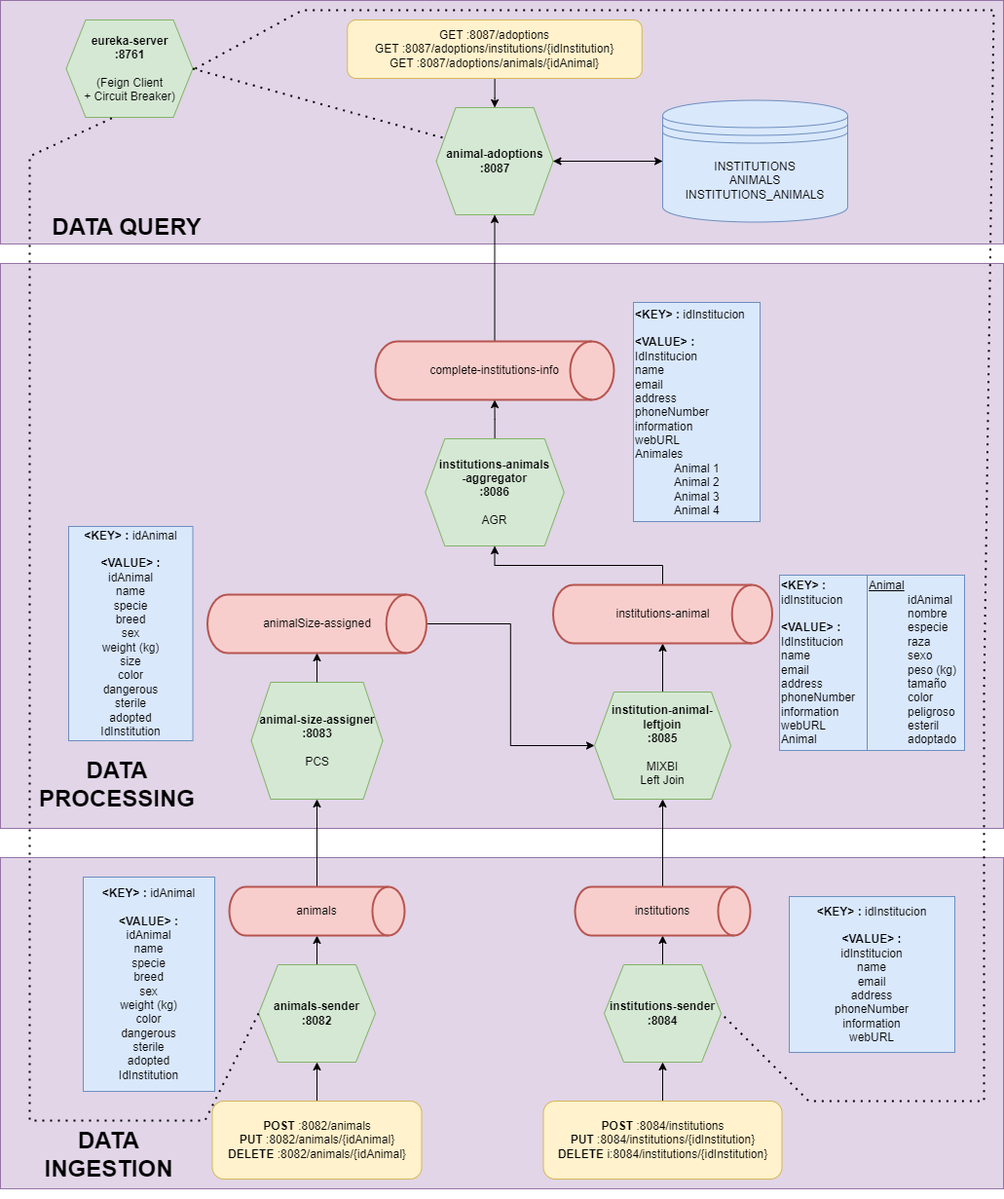
Above: images/software-arquitecture.png in Leticia-23/adoptions-kafka (draw.io), before the change. Source tidied: cells renumbered, new cells last; positions are measured from the earlier drawing's top-left corner, leaving out a move shared by most shapes.
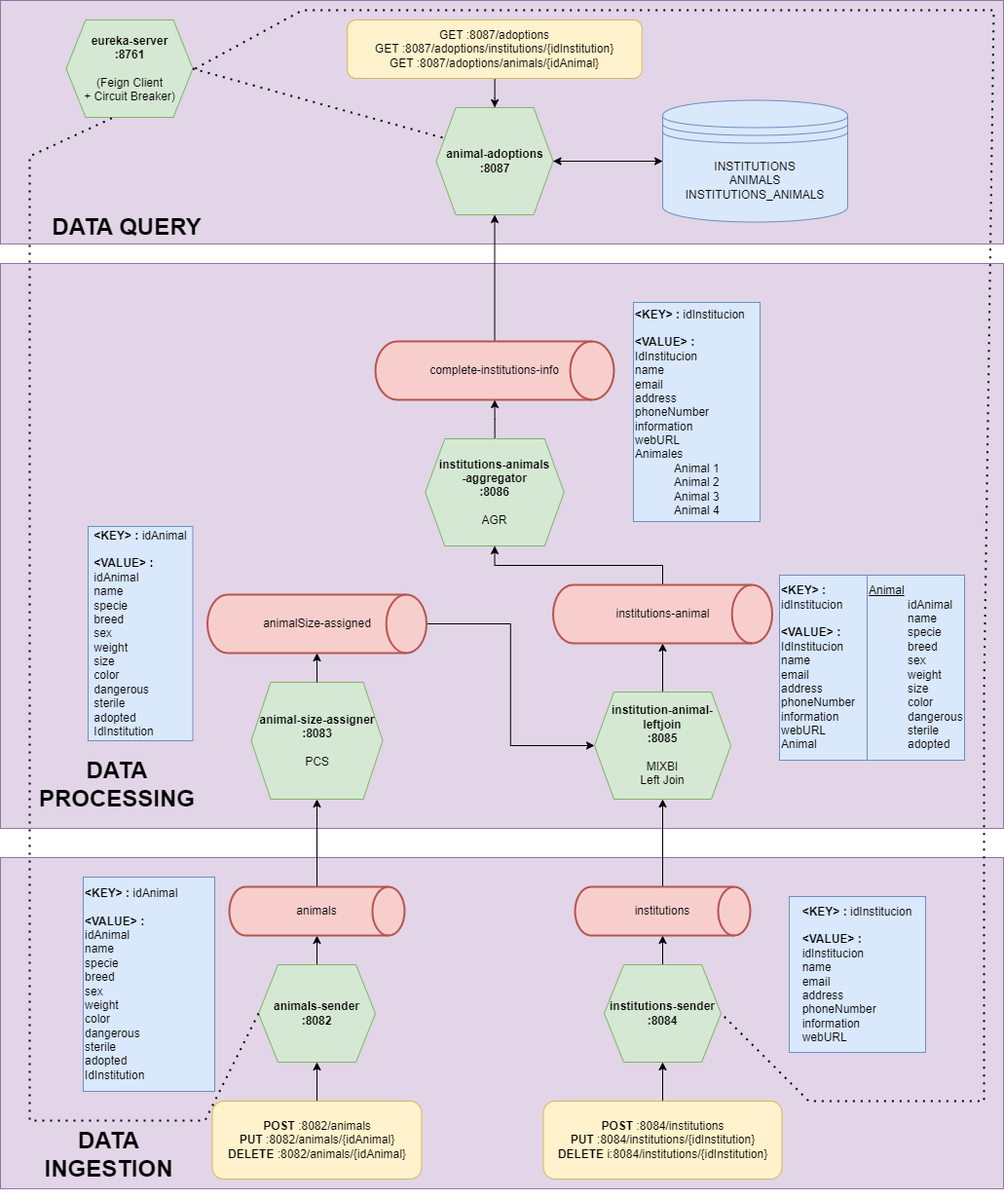
Above is the later version.

Commit message:
fix diagram and usage guide

The edit, as a diff of the source:
```diff
@@ -62,17 +62,17 @@
     <mxCell id="21" value="&lt;b&gt;animal-adoptions&lt;br&gt;:8087&lt;/b&gt;" style="shape=hexagon;perimeter=hexagonPerimeter2;whiteSpace=wrap;html=1;fixedSize=1;rotation=0;fillColor=#d5e8d4;strokeColor=#82b366;" parent="1" vertex="1">
       <mxGeometry x="447.5" y="110" width="120" height="110" as="geometry" />
     </mxCell>
-    <mxCell id="22" value="&lt;b&gt;&amp;lt;KEY&amp;gt; :&lt;/b&gt; idAnimal&lt;br&gt;&lt;br&gt;&lt;b&gt;&amp;lt;VALUE&amp;gt; :&lt;/b&gt;&lt;br&gt;idAnimal&lt;br style=&quot;border-color: var(--border-color);&quot;&gt;name&lt;br style=&quot;border-color: var(--border-color);&quot;&gt;specie&lt;br style=&quot;border-color: var(--border-color);&quot;&gt;breed&lt;br style=&quot;border-color: var(--border-color);&quot;&gt;sex&lt;br style=&quot;border-color: var(--border-color);&quot;&gt;weight (kg)&lt;br style=&quot;border-color: var(--border-color);&quot;&gt;color&lt;br style=&quot;border-color: var(--border-color);&quot;&gt;dangerous&lt;br style=&quot;border-color: var(--border-color);&quot;&gt;sterile&lt;br style=&quot;border-color: var(--border-color);&quot;&gt;adopted&lt;br style=&quot;border-color: var(--border-color);&quot;&gt;IdInstitution" style="rounded=0;whiteSpace=wrap;html=1;rotation=0;fillColor=#dae8fc;strokeColor=#6c8ebf;" parent="1" vertex="1">
+    <mxCell id="22" value="&lt;b&gt;&amp;lt;KEY&amp;gt; :&lt;/b&gt; idAnimal&lt;br&gt;&lt;br&gt;&lt;b&gt;&amp;lt;VALUE&amp;gt; :&lt;/b&gt;&lt;br&gt;idAnimal&lt;br style=&quot;border-color: var(--border-color);&quot;&gt;name&lt;br style=&quot;border-color: var(--border-color);&quot;&gt;specie&lt;br style=&quot;border-color: var(--border-color);&quot;&gt;breed&lt;br style=&quot;border-color: var(--border-color);&quot;&gt;sex&lt;br style=&quot;border-color: var(--border-color);&quot;&gt;weight&lt;br style=&quot;border-color: var(--border-color);&quot;&gt;color&lt;br style=&quot;border-color: var(--border-color);&quot;&gt;dangerous&lt;br style=&quot;border-color: var(--border-color);&quot;&gt;sterile&lt;br style=&quot;border-color: var(--border-color);&quot;&gt;adopted&lt;br style=&quot;border-color: var(--border-color);&quot;&gt;IdInstitution" style="rounded=0;whiteSpace=wrap;html=1;rotation=0;fillColor=#dae8fc;strokeColor=#6c8ebf;align=left;" parent="1" vertex="1">
       <mxGeometry x="85" y="900" width="135" height="220" as="geometry" />
     </mxCell>
-    <mxCell id="23" value="&lt;b style=&quot;border-color: var(--border-color);&quot;&gt;&amp;lt;KEY&amp;gt; :&lt;/b&gt;&amp;nbsp;idInstitucion&lt;br style=&quot;border-color: var(--border-color);&quot;&gt;&lt;br style=&quot;border-color: var(--border-color);&quot;&gt;&lt;b style=&quot;border-color: var(--border-color);&quot;&gt;&amp;lt;VALUE&amp;gt; :&lt;/b&gt;&lt;br style=&quot;border-color: var(--border-color);&quot;&gt;idInstitucion&lt;br style=&quot;border-color: var(--border-color);&quot;&gt;&lt;span style=&quot;border-color: var(--border-color);&quot;&gt;name&lt;/span&gt;&lt;br style=&quot;border-color: var(--border-color);&quot;&gt;&lt;span style=&quot;border-color: var(--border-color);&quot;&gt;email&lt;/span&gt;&lt;br style=&quot;border-color: var(--border-color);&quot;&gt;&lt;span style=&quot;border-color: var(--border-color);&quot;&gt;address&lt;/span&gt;&lt;br style=&quot;border-color: var(--border-color);&quot;&gt;&lt;span style=&quot;border-color: var(--border-color);&quot;&gt;phoneNumber&lt;/span&gt;&lt;br style=&quot;border-color: var(--border-color);&quot;&gt;&lt;span style=&quot;border-color: var(--border-color);&quot;&gt;information&lt;/span&gt;&lt;br style=&quot;border-color: var(--border-color);&quot;&gt;&lt;span style=&quot;border-color: var(--border-color);&quot;&gt;webURL&lt;br style=&quot;border-color: var(--border-color);&quot;&gt;&lt;/span&gt;" style="rounded=0;whiteSpace=wrap;html=1;rotation=0;fillColor=#dae8fc;strokeColor=#6c8ebf;" parent="1" vertex="1">
-      <mxGeometry x="810" y="920" width="170" height="160" as="geometry" />
+    <mxCell id="23" value="&lt;div style=&quot;text-align: left;&quot;&gt;&lt;b style=&quot;background-color: initial; border-color: var(--border-color);&quot;&gt;&amp;lt;KEY&amp;gt; :&lt;/b&gt;&lt;span style=&quot;background-color: initial;&quot;&gt;&amp;nbsp;idInstitucion&lt;/span&gt;&lt;/div&gt;&lt;div style=&quot;text-align: left;&quot;&gt;&lt;br&gt;&lt;/div&gt;&lt;b style=&quot;border-color: var(--border-color);&quot;&gt;&lt;div style=&quot;text-align: left;&quot;&gt;&lt;b style=&quot;background-color: initial; border-color: var(--border-color);&quot;&gt;&amp;lt;VALUE&amp;gt; :&lt;/b&gt;&lt;/div&gt;&lt;/b&gt;&lt;div style=&quot;text-align: left;&quot;&gt;&lt;span style=&quot;background-color: initial;&quot;&gt;idInstitucion&lt;/span&gt;&lt;/div&gt;&lt;span style=&quot;border-color: var(--border-color);&quot;&gt;&lt;div style=&quot;text-align: left;&quot;&gt;&lt;span style=&quot;background-color: initial;&quot;&gt;name&lt;/span&gt;&lt;/div&gt;&lt;/span&gt;&lt;span style=&quot;border-color: var(--border-color);&quot;&gt;&lt;div style=&quot;text-align: left;&quot;&gt;&lt;span style=&quot;background-color: initial;&quot;&gt;email&lt;/span&gt;&lt;/div&gt;&lt;/span&gt;&lt;span style=&quot;border-color: var(--border-color);&quot;&gt;&lt;div style=&quot;text-align: left;&quot;&gt;&lt;span style=&quot;background-color: initial;&quot;&gt;address&lt;/span&gt;&lt;/div&gt;&lt;/span&gt;&lt;span style=&quot;border-color: var(--border-color);&quot;&gt;&lt;div style=&quot;text-align: left;&quot;&gt;&lt;span style=&quot;background-color: initial;&quot;&gt;phoneNumber&lt;/span&gt;&lt;/div&gt;&lt;/span&gt;&lt;span style=&quot;border-color: var(--border-color);&quot;&gt;&lt;div style=&quot;text-align: left;&quot;&gt;&lt;span style=&quot;background-color: initial;&quot;&gt;information&lt;/span&gt;&lt;/div&gt;&lt;/span&gt;&lt;span style=&quot;border-color: var(--border-color);&quot;&gt;&lt;div style=&quot;text-align: left;&quot;&gt;&lt;span style=&quot;background-color: initial;&quot;&gt;webURL&lt;/span&gt;&lt;/div&gt;&lt;/span&gt;" style="rounded=0;whiteSpace=wrap;html=1;rotation=0;fillColor=#dae8fc;strokeColor=#6c8ebf;" parent="1" vertex="1">
+      <mxGeometry x="810" y="920" width="140" height="160" as="geometry" />
     </mxCell>
     <mxCell id="24" value="&lt;b style=&quot;border-color: var(--border-color); text-align: center;&quot;&gt;&amp;lt;KEY&amp;gt; :&lt;/b&gt;&amp;nbsp;idInstitucion&lt;br style=&quot;border-color: var(--border-color); text-align: center;&quot;&gt;&lt;br style=&quot;border-color: var(--border-color); text-align: center;&quot;&gt;&lt;b style=&quot;border-color: var(--border-color); text-align: center;&quot;&gt;&amp;lt;VALUE&amp;gt; :&lt;/b&gt;&lt;br&gt;IdInstitucion&lt;br style=&quot;border-color: var(--border-color); text-align: center;&quot;&gt;name&lt;br style=&quot;border-color: var(--border-color); text-align: center;&quot;&gt;&lt;span style=&quot;border-color: var(--border-color); text-align: center;&quot;&gt;email&lt;/span&gt;&lt;br style=&quot;border-color: var(--border-color); text-align: center;&quot;&gt;&lt;span style=&quot;border-color: var(--border-color); text-align: center;&quot;&gt;address&lt;/span&gt;&lt;br style=&quot;border-color: var(--border-color); text-align: center;&quot;&gt;&lt;span style=&quot;border-color: var(--border-color); text-align: center;&quot;&gt;phoneNumber&lt;/span&gt;&lt;br style=&quot;border-color: var(--border-color); text-align: center;&quot;&gt;&lt;span style=&quot;border-color: var(--border-color); text-align: center;&quot;&gt;information&lt;/span&gt;&lt;br style=&quot;border-color: var(--border-color); text-align: center;&quot;&gt;&lt;span style=&quot;border-color: var(--border-color); text-align: center;&quot;&gt;webURL&lt;br style=&quot;border-color: var(--border-color);&quot;&gt;&lt;/span&gt;Animales&lt;br&gt;&lt;blockquote style=&quot;margin: 0 0 0 40px; border: none; padding: 0px;&quot;&gt;Animal 1&lt;/blockquote&gt;&lt;blockquote style=&quot;margin: 0 0 0 40px; border: none; padding: 0px;&quot;&gt;Animal 2&lt;/blockquote&gt;&lt;blockquote style=&quot;margin: 0 0 0 40px; border: none; padding: 0px;&quot;&gt;Animal 3&lt;/blockquote&gt;&lt;blockquote style=&quot;margin: 0 0 0 40px; border: none; padding: 0px;&quot;&gt;Animal 4&lt;/blockquote&gt;" style="rounded=0;whiteSpace=wrap;html=1;align=left;fillColor=#dae8fc;strokeColor=#6c8ebf;" parent="1" vertex="1">
       <mxGeometry x="650" y="310" width="130" height="225" as="geometry" />
     </mxCell>
-    <mxCell id="25" value="&lt;b style=&quot;border-color: var(--border-color);&quot;&gt;&amp;lt;KEY&amp;gt; :&lt;/b&gt;&amp;nbsp;idAnimal&lt;br style=&quot;border-color: var(--border-color);&quot;&gt;&lt;br style=&quot;border-color: var(--border-color);&quot;&gt;&lt;b style=&quot;border-color: var(--border-color);&quot;&gt;&amp;lt;VALUE&amp;gt; :&lt;/b&gt;&lt;br style=&quot;border-color: var(--border-color);&quot;&gt;idAnimal&lt;br style=&quot;border-color: var(--border-color);&quot;&gt;name&lt;br&gt;specie&lt;br style=&quot;border-color: var(--border-color);&quot;&gt;breed&lt;br style=&quot;border-color: var(--border-color);&quot;&gt;sex&lt;br style=&quot;border-color: var(--border-color);&quot;&gt;weight (kg)&lt;br&gt;size&lt;br style=&quot;border-color: var(--border-color);&quot;&gt;color&lt;br style=&quot;border-color: var(--border-color);&quot;&gt;dangerous&lt;br style=&quot;border-color: var(--border-color);&quot;&gt;sterile&lt;br style=&quot;border-color: var(--border-color);&quot;&gt;adopted&lt;br style=&quot;border-color: var(--border-color);&quot;&gt;IdInstitution" style="rounded=0;whiteSpace=wrap;html=1;rotation=0;fillColor=#dae8fc;strokeColor=#6c8ebf;" parent="1" vertex="1">
-      <mxGeometry x="70" y="540" width="127.5" height="220" as="geometry" />
+    <mxCell id="25" value="&lt;div style=&quot;text-align: left;&quot;&gt;&lt;b style=&quot;background-color: initial; border-color: var(--border-color);&quot;&gt;&amp;lt;KEY&amp;gt; :&lt;/b&gt;&lt;span style=&quot;background-color: initial;&quot;&gt;&amp;nbsp;idAnimal&lt;/span&gt;&lt;/div&gt;&lt;div style=&quot;text-align: left;&quot;&gt;&lt;br&gt;&lt;/div&gt;&lt;div style=&quot;text-align: left;&quot;&gt;&lt;b style=&quot;background-color: initial; border-color: var(--border-color);&quot;&gt;&amp;lt;VALUE&amp;gt; :&lt;/b&gt;&lt;/div&gt;&lt;div style=&quot;text-align: left;&quot;&gt;&lt;span style=&quot;background-color: initial;&quot;&gt;idAnimal&lt;/span&gt;&lt;/div&gt;&lt;div style=&quot;text-align: left;&quot;&gt;&lt;span style=&quot;background-color: initial;&quot;&gt;name&lt;/span&gt;&lt;/div&gt;&lt;div style=&quot;text-align: left;&quot;&gt;&lt;span style=&quot;background-color: initial;&quot;&gt;specie&lt;/span&gt;&lt;/div&gt;&lt;div style=&quot;text-align: left;&quot;&gt;&lt;span style=&quot;background-color: initial;&quot;&gt;breed&lt;/span&gt;&lt;/div&gt;&lt;div style=&quot;text-align: left;&quot;&gt;&lt;span style=&quot;background-color: initial;&quot;&gt;sex&lt;/span&gt;&lt;/div&gt;&lt;div style=&quot;text-align: left;&quot;&gt;&lt;span style=&quot;background-color: initial;&quot;&gt;weight&lt;/span&gt;&lt;/div&gt;&lt;div style=&quot;text-align: left;&quot;&gt;&lt;span style=&quot;background-color: initial;&quot;&gt;size&lt;/span&gt;&lt;/div&gt;&lt;div style=&quot;text-align: left;&quot;&gt;&lt;span style=&quot;background-color: initial;&quot;&gt;color&lt;/span&gt;&lt;/div&gt;&lt;div style=&quot;text-align: left;&quot;&gt;&lt;span style=&quot;background-color: initial;&quot;&gt;dangerous&lt;/span&gt;&lt;/div&gt;&lt;div style=&quot;text-align: left;&quot;&gt;&lt;span style=&quot;background-color: initial;&quot;&gt;sterile&lt;/span&gt;&lt;/div&gt;&lt;div style=&quot;text-align: left;&quot;&gt;&lt;span style=&quot;background-color: initial;&quot;&gt;adopted&lt;/span&gt;&lt;/div&gt;&lt;div style=&quot;text-align: left;&quot;&gt;&lt;span style=&quot;background-color: initial;&quot;&gt;IdInstitution&lt;/span&gt;&lt;/div&gt;" style="rounded=0;whiteSpace=wrap;html=1;rotation=0;fillColor=#dae8fc;strokeColor=#6c8ebf;" parent="1" vertex="1">
+      <mxGeometry x="90" y="540" width="107.5" height="220" as="geometry" />
     </mxCell>
     <mxCell id="26" style="edgeStyle=orthogonalEdgeStyle;rounded=0;jettySize=auto;html=1;" parent="1" edge="1" source="27" target="21">
       <mxGeometry relative="1" as="geometry" />
@@ -81,7 +81,7 @@
       <mxGeometry x="385" y="350" width="245" height="60" as="geometry" />
     </mxCell>
     <mxCell id="28" value="&lt;b style=&quot;border-color: var(--border-color); text-align: center;&quot;&gt;&amp;lt;KEY&amp;gt; :&amp;nbsp;&lt;br&gt;&lt;/b&gt;idInstitucion&lt;br style=&quot;border-color: var(--border-color); text-align: center;&quot;&gt;&lt;br style=&quot;border-color: var(--border-color); text-align: center;&quot;&gt;&lt;b style=&quot;border-color: var(--border-color); text-align: center;&quot;&gt;&amp;lt;VALUE&amp;gt; :&lt;/b&gt;&lt;br&gt;IdInstitucion&lt;br style=&quot;border-color: var(--border-color); text-align: center;&quot;&gt;&lt;span style=&quot;text-align: center;&quot;&gt;name&lt;/span&gt;&lt;br style=&quot;border-color: var(--border-color); text-align: center;&quot;&gt;&lt;span style=&quot;text-align: center;&quot;&gt;email&lt;/span&gt;&lt;br style=&quot;border-color: var(--border-color); text-align: center;&quot;&gt;&lt;span style=&quot;text-align: center;&quot;&gt;address&lt;/span&gt;&lt;br style=&quot;border-color: var(--border-color); text-align: center;&quot;&gt;&lt;span style=&quot;text-align: center;&quot;&gt;phoneNumber&lt;/span&gt;&lt;br style=&quot;border-color: var(--border-color); text-align: center;&quot;&gt;&lt;span style=&quot;text-align: center;&quot;&gt;information&lt;/span&gt;&lt;br style=&quot;border-color: var(--border-color); text-align: center;&quot;&gt;&lt;span style=&quot;text-align: center;&quot;&gt;webURL&lt;br&gt;Animal&lt;br&gt;&lt;/span&gt;" style="rounded=0;whiteSpace=wrap;html=1;align=left;fillColor=#dae8fc;strokeColor=#6c8ebf;" parent="1" vertex="1">
-      <mxGeometry x="800" y="590" width="90" height="180" as="geometry" />
+      <mxGeometry x="800" y="590" width="90" height="190" as="geometry" />
     </mxCell>
     <mxCell id="29" style="edgeStyle=orthogonalEdgeStyle;rounded=0;jettySize=auto;html=1;exitX=0.5;exitY=0;exitDx=0;exitDy=0;entryX=0.5;entryY=1;entryDx=0;entryDy=0;entryPerimeter=0;" parent="1" edge="1" source="11" target="6">
       <mxGeometry relative="1" as="geometry" />
@@ -110,8 +110,8 @@
     <mxCell id="37" value="INSTITUTIONS&lt;br&gt;ANIMALS&lt;br&gt;INSTITUTIONS_ANIMALS" style="shape=datastore;whiteSpace=wrap;html=1;fillColor=#dae8fc;strokeColor=#6c8ebf;" parent="1" vertex="1">
       <mxGeometry x="680" y="102.5" width="190" height="125" as="geometry" />
     </mxCell>
-    <mxCell id="38" value="&lt;span style=&quot;background-color: initial;&quot;&gt;&lt;u&gt;Animal&lt;/u&gt;&lt;br&gt;&lt;/span&gt;&lt;blockquote style=&quot;margin: 0 0 0 40px; border: none; padding: 0px;&quot;&gt;&lt;span style=&quot;background-color: initial;&quot;&gt;idAnimal&lt;br&gt;&lt;/span&gt;&lt;span style=&quot;background-color: initial;&quot;&gt;nombre&lt;br&gt;&lt;/span&gt;&lt;span style=&quot;background-color: initial;&quot;&gt;especie&lt;br&gt;&lt;/span&gt;&lt;span style=&quot;background-color: initial;&quot;&gt;raza&lt;br&gt;&lt;/span&gt;&lt;span style=&quot;background-color: initial;&quot;&gt;sexo&lt;br&gt;&lt;/span&gt;&lt;span style=&quot;background-color: initial;&quot;&gt;peso (kg)&lt;br&gt;&lt;/span&gt;&lt;span style=&quot;background-color: initial;&quot;&gt;tamaño&lt;br&gt;&lt;/span&gt;&lt;span style=&quot;background-color: initial;&quot;&gt;color&lt;br&gt;&lt;/span&gt;&lt;span style=&quot;background-color: initial;&quot;&gt;peligroso&lt;br&gt;&lt;/span&gt;&lt;span style=&quot;background-color: initial;&quot;&gt;esteril&lt;br&gt;&lt;/span&gt;adoptado&lt;/blockquote&gt;&lt;blockquote style=&quot;margin: 0 0 0 40px; border: none; padding: 0px;&quot;&gt;&lt;/blockquote&gt;&lt;blockquote style=&quot;margin: 0 0 0 40px; border: none; padding: 0px;&quot;&gt;&lt;/blockquote&gt;&lt;blockquote style=&quot;margin: 0 0 0 40px; border: none; padding: 0px;&quot;&gt;&lt;/blockquote&gt;&lt;blockquote style=&quot;margin: 0 0 0 40px; border: none; padding: 0px;&quot;&gt;&lt;/blockquote&gt;&lt;blockquote style=&quot;margin: 0 0 0 40px; border: none; padding: 0px;&quot;&gt;&lt;/blockquote&gt;&lt;blockquote style=&quot;margin: 0 0 0 40px; border: none; padding: 0px;&quot;&gt;&lt;/blockquote&gt;&lt;blockquote style=&quot;margin: 0 0 0 40px; border: none; padding: 0px;&quot;&gt;&lt;/blockquote&gt;&lt;blockquote style=&quot;margin: 0 0 0 40px; border: none; padding: 0px;&quot;&gt;&lt;/blockquote&gt;&lt;blockquote style=&quot;margin: 0 0 0 40px; border: none; padding: 0px;&quot;&gt;&lt;/blockquote&gt;" style="rounded=0;whiteSpace=wrap;html=1;align=left;fillColor=#dae8fc;strokeColor=#6c8ebf;" parent="1" vertex="1">
-      <mxGeometry x="890" y="590" width="100" height="180" as="geometry" />
+    <mxCell id="38" value="&lt;span style=&quot;background-color: initial;&quot;&gt;&lt;u&gt;Animal&lt;/u&gt;&lt;br&gt;&lt;/span&gt;&lt;blockquote style=&quot;margin: 0 0 0 40px; border: none; padding: 0px;&quot;&gt;idAnimal&lt;br style=&quot;border-color: var(--border-color); text-align: center;&quot;&gt;&lt;span style=&quot;text-align: center;&quot;&gt;name&lt;/span&gt;&lt;br style=&quot;border-color: var(--border-color); text-align: center;&quot;&gt;&lt;span style=&quot;text-align: center;&quot;&gt;specie&lt;/span&gt;&lt;br style=&quot;border-color: var(--border-color); text-align: center;&quot;&gt;&lt;span style=&quot;text-align: center;&quot;&gt;breed&lt;/span&gt;&lt;br style=&quot;border-color: var(--border-color); text-align: center;&quot;&gt;&lt;span style=&quot;text-align: center;&quot;&gt;sex&lt;/span&gt;&lt;br style=&quot;border-color: var(--border-color); text-align: center;&quot;&gt;&lt;span style=&quot;text-align: center;&quot;&gt;weight &lt;/span&gt;&lt;span style=&quot;text-align: center;&quot;&gt;size&lt;/span&gt;&lt;br style=&quot;border-color: var(--border-color); text-align: center;&quot;&gt;&lt;span style=&quot;text-align: center;&quot;&gt;color&lt;/span&gt;&lt;br style=&quot;border-color: var(--border-color); text-align: center;&quot;&gt;&lt;span style=&quot;text-align: center;&quot;&gt;dangerous&lt;/span&gt;&lt;br style=&quot;border-color: var(--border-color); text-align: center;&quot;&gt;&lt;span style=&quot;text-align: center;&quot;&gt;sterile&lt;/span&gt;&lt;br style=&quot;border-color: var(--border-color); text-align: center;&quot;&gt;&lt;span style=&quot;text-align: center;&quot;&gt;adopted&lt;/span&gt;&lt;br&gt;&lt;/blockquote&gt;&lt;blockquote style=&quot;margin: 0 0 0 40px; border: none; padding: 0px;&quot;&gt;&lt;/blockquote&gt;&lt;blockquote style=&quot;margin: 0 0 0 40px; border: none; padding: 0px;&quot;&gt;&lt;/blockquote&gt;&lt;blockquote style=&quot;margin: 0 0 0 40px; border: none; padding: 0px;&quot;&gt;&lt;/blockquote&gt;&lt;blockquote style=&quot;margin: 0 0 0 40px; border: none; padding: 0px;&quot;&gt;&lt;/blockquote&gt;&lt;blockquote style=&quot;margin: 0 0 0 40px; border: none; padding: 0px;&quot;&gt;&lt;/blockquote&gt;&lt;blockquote style=&quot;margin: 0 0 0 40px; border: none; padding: 0px;&quot;&gt;&lt;/blockquote&gt;&lt;blockquote style=&quot;margin: 0 0 0 40px; border: none; padding: 0px;&quot;&gt;&lt;/blockquote&gt;&lt;blockquote style=&quot;margin: 0 0 0 40px; border: none; padding: 0px;&quot;&gt;&lt;/blockquote&gt;&lt;blockquote style=&quot;margin: 0 0 0 40px; border: none; padding: 0px;&quot;&gt;&lt;/blockquote&gt;" style="rounded=0;whiteSpace=wrap;html=1;align=left;fillColor=#dae8fc;strokeColor=#6c8ebf;" parent="1" vertex="1">
+      <mxGeometry x="890" y="590" width="100" height="190" as="geometry" />
     </mxCell>
     <mxCell id="39" value="&lt;h1&gt;&lt;b&gt;DATA INGESTION&lt;/b&gt;&lt;/h1&gt;" style="text;html=1;strokeColor=none;fillColor=none;align=center;verticalAlign=middle;whiteSpace=wrap;rounded=0;" parent="1" vertex="1">
       <mxGeometry x="15" y="1180" width="192.5" height="10" as="geometry" />
```
